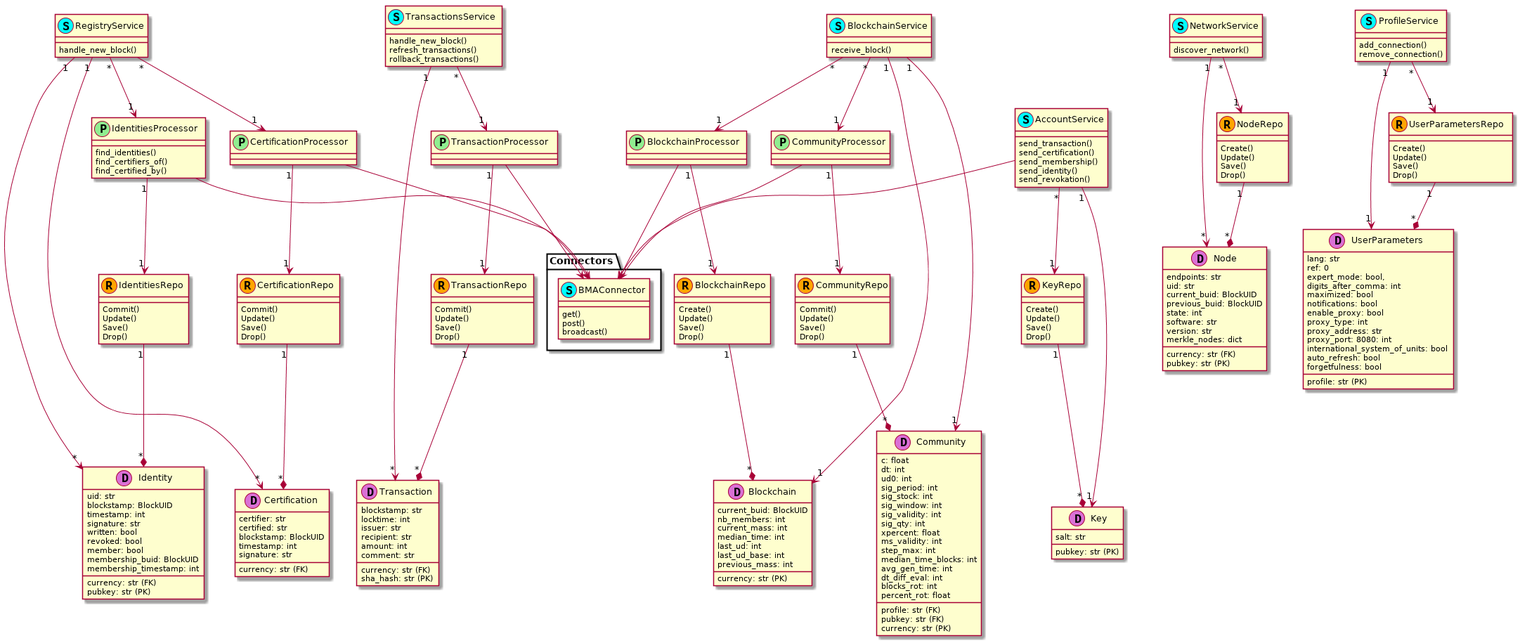
Above: doc/uml/backend.png in duniter/sakia (PlantUML), before the change. Source of this version:
```plantuml
@startuml



class Identity << (D,orchid) >> {
    currency: str (FK)
    uid: str
    pubkey: str (PK)
    blockstamp: BlockUID
    timestamp: int
    signature: str
    written: bool
    revoked: bool
    member: bool
    membership_buid: BlockUID
    membership_timestamp: int
}

class Certification << (D,orchid) >> {
    currency: str (FK)
    certifier: str
    certified: str
    blockstamp: BlockUID
    timestamp: int
    signature: str
}

class Transaction  << (D,orchid) >> {
    currency: str (FK)
    blockstamp: str
    locktime: int
    issuer: str
    recipient: str
    amount: int
    comment: str
    sha_hash: str (PK)
}

class Community  << (D,orchid) >> {
    profile: str (FK)
    pubkey: str (FK)
    currency: str (PK)
    c: float
    dt: int
    ud0: int
    sig_period: int
    sig_stock: int
    sig_window: int
    sig_validity: int
    sig_qty: int
    xpercent: float
    ms_validity: int
    step_max: int
    median_time_blocks: int
    avg_gen_time: int
    dt_diff_eval: int
    blocks_rot: int
    percent_rot: float
}

class Blockchain  << (D,orchid) >> {
    currency: str (PK)
    current_buid: BlockUID
    nb_members: int
    current_mass: int
    median_time: int
    last_ud: int
    last_ud_base: int
    previous_mass: int
}

class Node  << (D,orchid) >> {
    currency: str (FK)
    endpoints: str
    uid: str
    pubkey: str (PK)
    current_buid: BlockUID
    previous_buid: BlockUID
    state: int
    software: str
    version: str
    merkle_nodes: dict
}

class Key  << (D,orchid) >> {
    pubkey: str (PK)
    salt: str
}

class UserParameters  << (D,orchid) >> {
    profile: str (PK)
    lang: str
    ref: 0
    expert_mode: bool,
    digits_after_comma: int
    maximized: bool
    notifications: bool
    enable_proxy: bool
    proxy_type: int
    proxy_address: str
    proxy_port: 8080: int
    international_system_of_units: bool
    auto_refresh: bool
    forgetfulness: bool
}

class UserParametersRepo << (R,orange) >> {
    Create()
    Update()
    Save()
    Drop()
}


class KeyRepo << (R,orange) >>  {
    Create()
    Update()
    Save()
    Drop()
}


class NodeRepo << (R,orange) >>   {
    Create()
    Update()
    Save()
    Drop()
}

class BlockchainRepo << (R,orange) >>  {
    Create()
    Update()
    Save()
    Drop()
}
class CommunityRepo << (R,orange) >>  {
    Commit()
    Update()
    Save()
    Drop()
}
class TransactionRepo << (R,orange) >>  {
    Commit()
    Update()
    Save()
    Drop()
}
class CertificationRepo  << (R,orange) >> {
    Commit()
    Update()
    Save()
    Drop()
}
class IdentitiesRepo  << (R,orange) >>  {
    Commit()
    Update()
    Save()
    Drop()
}

IdentitiesRepo "1" --* "*" Identity

CertificationRepo "1" --* "*" Certification

TransactionRepo "1" --* "*" Transaction

CommunityRepo "1" --* "*" Community

BlockchainRepo "1" --* "*" Blockchain

NodeRepo "1" --* "*" Node

KeyRepo "1" --* "*" Key

UserParametersRepo "1" --* "*" UserParameters




class IdentitiesProcessor  << (P,lightgreen) >> {
    find_identities()
    find_certifiers_of()
    find_certified_by()
}

class CertificationProcessor  << (P,lightgreen) >> {
}
class TransactionProcessor  << (P,lightgreen) >> {
}
class CommunityProcessor  << (P,lightgreen) >> {
}
class BlockchainProcessor  << (P,lightgreen) >> {
}




class ProfileService << (S,cyan) >>  {
    add_connection()
    remove_connection()
}

class AccountService << (S,cyan) >>  {
    send_transaction()
    send_certification()
    send_membership()
    send_identity()
    send_revokation()
}

class TransactionsService << (S,cyan) >>  {
    handle_new_block()
    refresh_transactions()
    rollback_transactions()
}

class RegistryService << (S,cyan) >> {
    handle_new_block()
}

class NetworkService << (S,cyan) >>  {
    discover_network()
}

class BlockchainService  << (S,cyan) >>  {
    receive_block()
}


ProfileService "1" --> "1" UserParameters
ProfileService "*" --> "1" UserParametersRepo

AccountService "1" --> "1" Key
AccountService "*" --> "1" KeyRepo


TransactionsService "1" --> "*" Transaction
TransactionsService "*" --> "1" TransactionProcessor
TransactionProcessor "1" --> "1" TransactionRepo

RegistryService "1" --> "*" Identity
RegistryService "1" --> "*" Certification
RegistryService "*" --> "1" IdentitiesProcessor
IdentitiesProcessor "1" --> "1" IdentitiesRepo
RegistryService "*" --> "1" CertificationProcessor
CertificationProcessor "1" --> "1" CertificationRepo

NetworkService "1" --> "*" Node
NetworkService "*" --> "1" NodeRepo

BlockchainService "1" --> "1" Blockchain
BlockchainService "1" --> "1" Community
BlockchainService "*" --> "1" BlockchainProcessor
BlockchainProcessor "1" --> "1" BlockchainRepo
BlockchainService "*" --> "1" CommunityProcessor
CommunityProcessor "1" --> "1" CommunityRepo

package Connectors {
    class BMAConnector << (S,cyan) >>  {
        get()
        post()
        broadcast()
    }
}

AccountService --> BMAConnector
BlockchainProcessor --> BMAConnector
CommunityProcessor --> BMAConnector
TransactionProcessor --> BMAConnector
IdentitiesProcessor --> BMAConnector
CertificationProcessor --> BMAConnector

@enduml
```
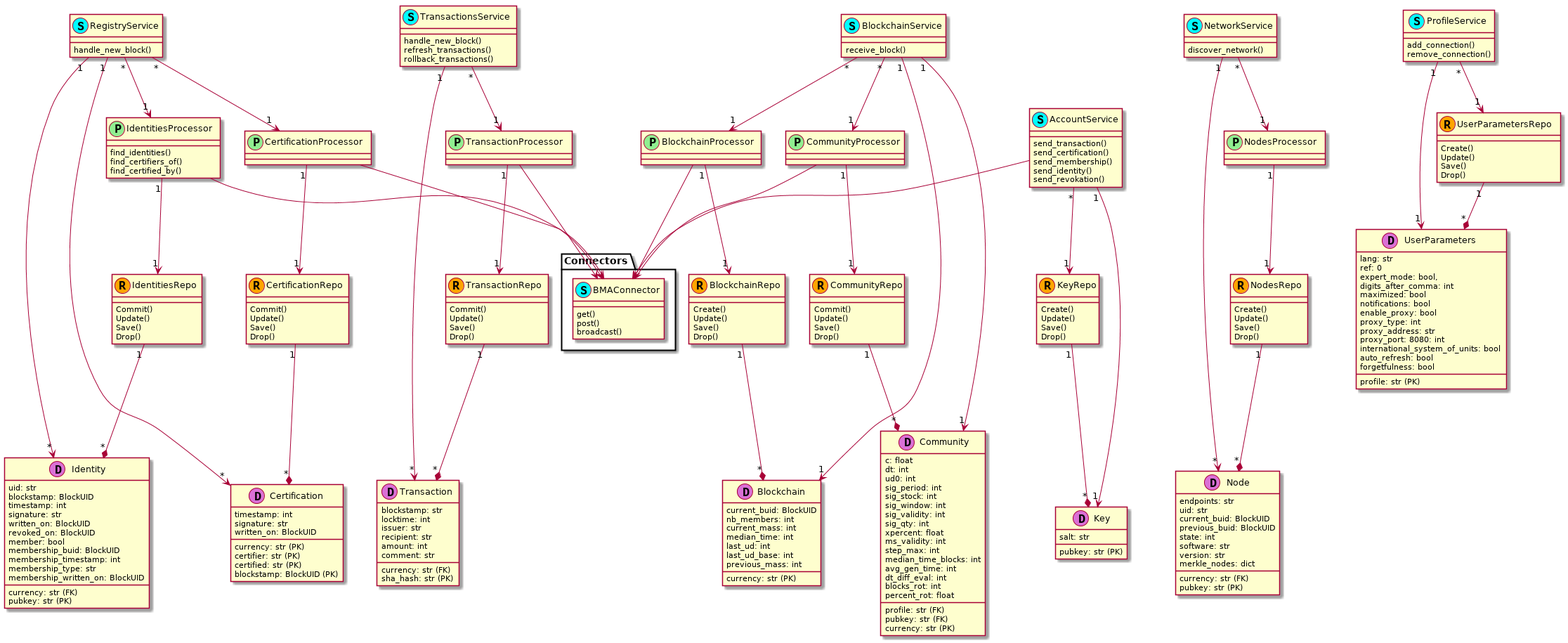
Above is the later version.

What changed in the source:
```diff
@@ -9,20 +9,23 @@
     blockstamp: BlockUID
     timestamp: int
     signature: str
-    written: bool
-    revoked: bool
+    written_on: BlockUID
+    revoked_on: BlockUID
     member: bool
     membership_buid: BlockUID
     membership_timestamp: int
+    membership_type: str
+    membership_written_on: BlockUID
 }
 
 class Certification << (D,orchid) >> {
-    currency: str (FK)
-    certifier: str
-    certified: str
-    blockstamp: BlockUID
+    currency: str (PK)
+    certifier: str (PK)
+    certified: str (PK)
+    blockstamp: BlockUID (PK)
     timestamp: int
     signature: str
+    written_on: BlockUID
 }
 
 class Transaction  << (D,orchid) >> {
@@ -120,7 +123,7 @@
 }
 
 
-class NodeRepo << (R,orange) >>   {
+class NodesRepo << (R,orange) >>   {
     Create()
     Update()
     Save()
@@ -168,7 +171,7 @@
 
 BlockchainRepo "1" --* "*" Blockchain
 
-NodeRepo "1" --* "*" Node
+NodesRepo "1" --* "*" Node
 
 KeyRepo "1" --* "*" Key
 
@@ -190,6 +193,8 @@
 class CommunityProcessor  << (P,lightgreen) >> {
 }
 class BlockchainProcessor  << (P,lightgreen) >> {
+}
+class NodesProcessor  << (P,lightgreen) >> {
 }
 
 
@@ -246,7 +251,8 @@
 CertificationProcessor "1" --> "1" CertificationRepo
 
 NetworkService "1" --> "*" Node
-NetworkService "*" --> "1" NodeRepo
+NetworkService "*" --> "1" NodesProcessor
+NodesProcessor "1" --> "1" NodesRepo
 
 BlockchainService "1" --> "1" Blockchain
 BlockchainService "1" --> "1" Community
```
